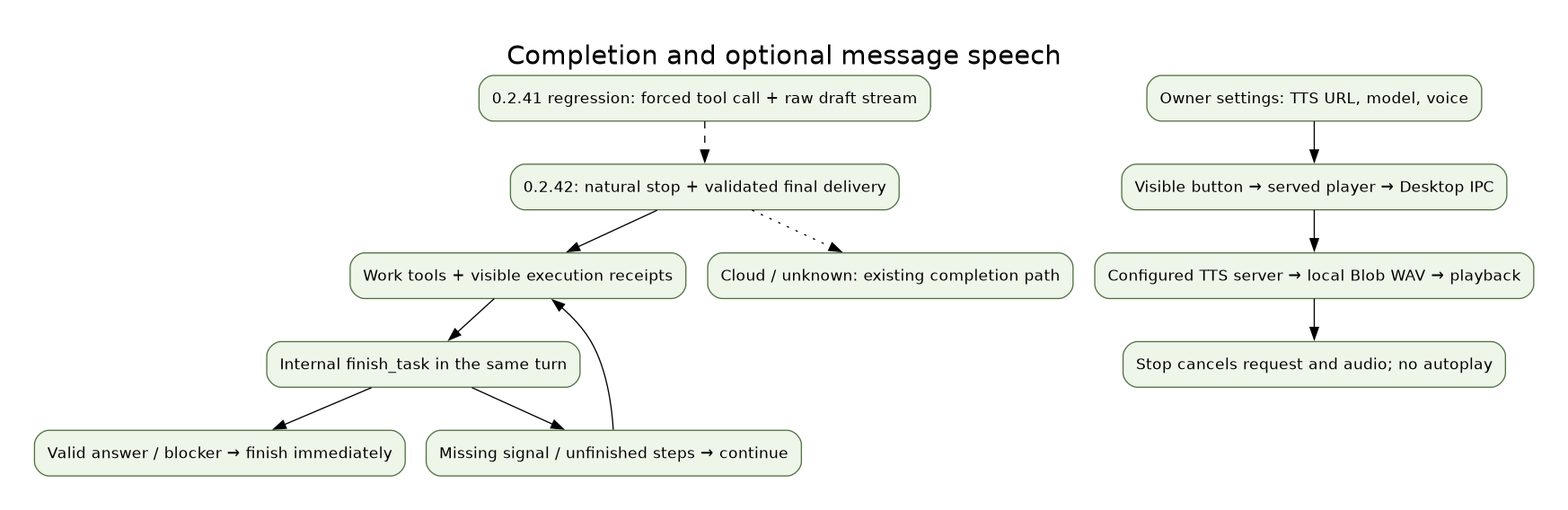
Before: docs/architecture/finish-tts-en.png, a diagram exported from Graphviz (Endorpheen/Igorek-Harness). Its source is kept beside it as docs/architecture/finish-tts-en.dot.
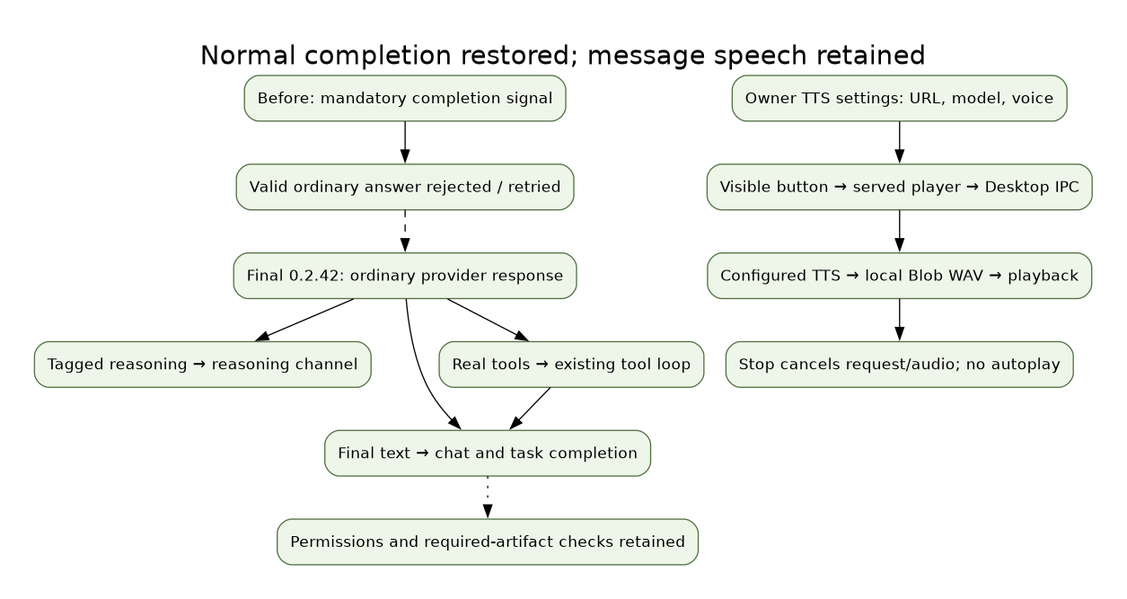
The same diagram one commit later.

Diff of the diagram source:
```diff
@@ -1,16 +1,16 @@
 digraph release {
-graph [rankdir=TB,bgcolor="white",pad="0.4",fontname="DejaVu Sans",labelloc=t,fontsize=22,label="Completion and optional message speech"];
+graph [rankdir=TB,bgcolor="white",pad="0.4",fontname="DejaVu Sans",labelloc=t,fontsize=22,label="Normal completion restored; message speech retained"];
 node [shape=box,style="rounded,filled",fillcolor="#eef5e9",color="#527244",fontname="DejaVu Sans",fontsize=13,margin="0.15"];
-n0 [label="0.2.41 regression: forced tool call + raw draft stream"];
-n1 [label="0.2.42: natural stop + validated final delivery"];
-n2 [label="Work tools + visible execution receipts"];
-n3 [label="Internal finish_task in the same turn"];
-n4 [label="Valid answer / blocker → finish immediately"];
-n5 [label="Missing signal / unfinished steps → continue"];
-n6 [label="Cloud / unknown: existing completion path"];
-n7 [label="Owner settings: TTS URL, model, voice"];
+n0 [label="Before: mandatory completion signal"];
+n1 [label="Valid ordinary answer rejected / retried"];
+n2 [label="Final 0.2.42: ordinary provider response"];
+n3 [label="Tagged reasoning → reasoning channel"];
+n4 [label="Final text → chat and task completion"];
+n5 [label="Real tools → existing tool loop"];
+n6 [label="Permissions and required-artifact checks retained"];
+n7 [label="Owner TTS settings: URL, model, voice"];
 n8 [label="Visible button → served player → Desktop IPC"];
-n9 [label="Configured TTS server → local Blob WAV → playback"];
-n10 [label="Stop cancels request and audio; no autoplay"];
-n0->n1 [style=dashed]; n1->n2; n2->n3; n3->n4; n3->n5; n5->n2; n1->n6 [style=dotted]; n7->n8; n8->n9; n9->n10;
+n9 [label="Configured TTS → local Blob WAV → playback"];
+n10 [label="Stop cancels request/audio; no autoplay"];
+n0->n1; n1->n2 [style=dashed]; n2->n3; n2->n4; n2->n5; n5->n4; n4->n6 [style=dotted]; n7->n8; n8->n9; n9->n10;
 }
```
